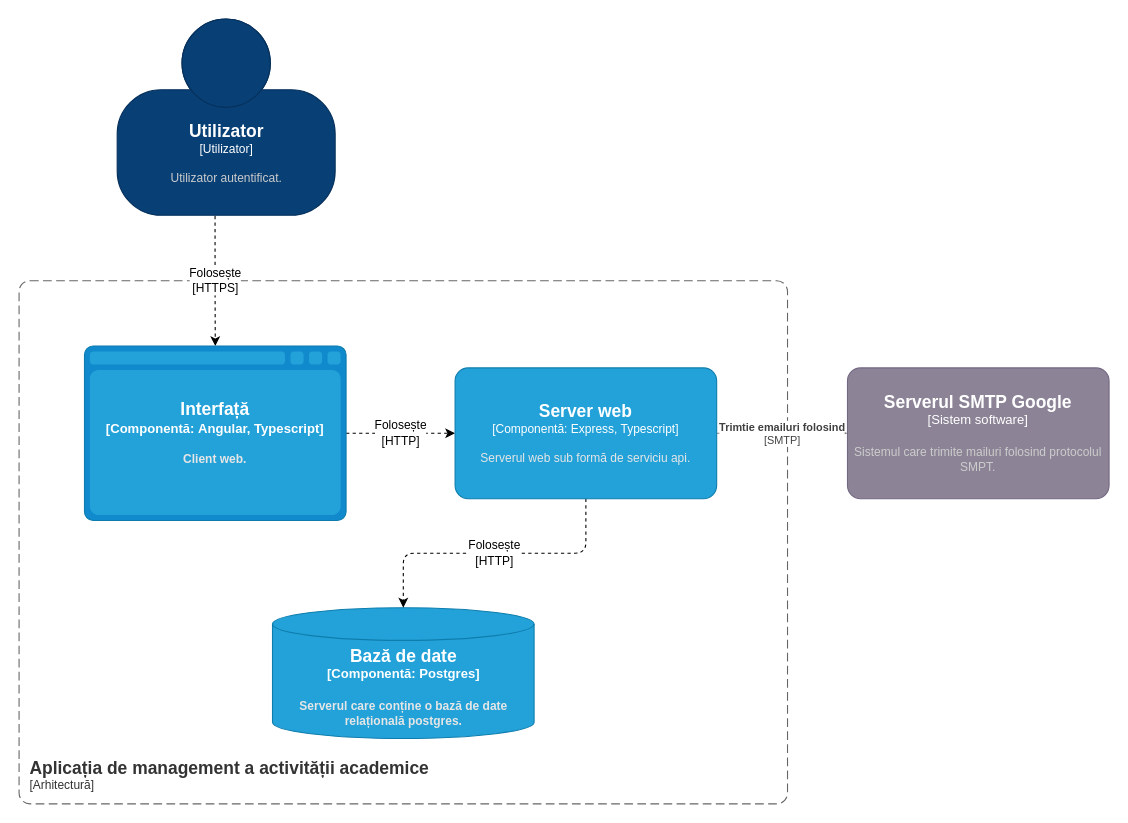
The draw.io diagram page "app level 2" (2 of 4) of files/diagrams.drawio in valentin-stamate/dashboard-activitatie-academica, before the edit. Source tidied: cells renumbered, new cells numbered last; positions are measured from the earlier drawing's top-left corner, leaving out a move shared by most shapes. Both pictures are drawn from the tidied source at 109%, with x=0, y=0 at pixel (19, 19).
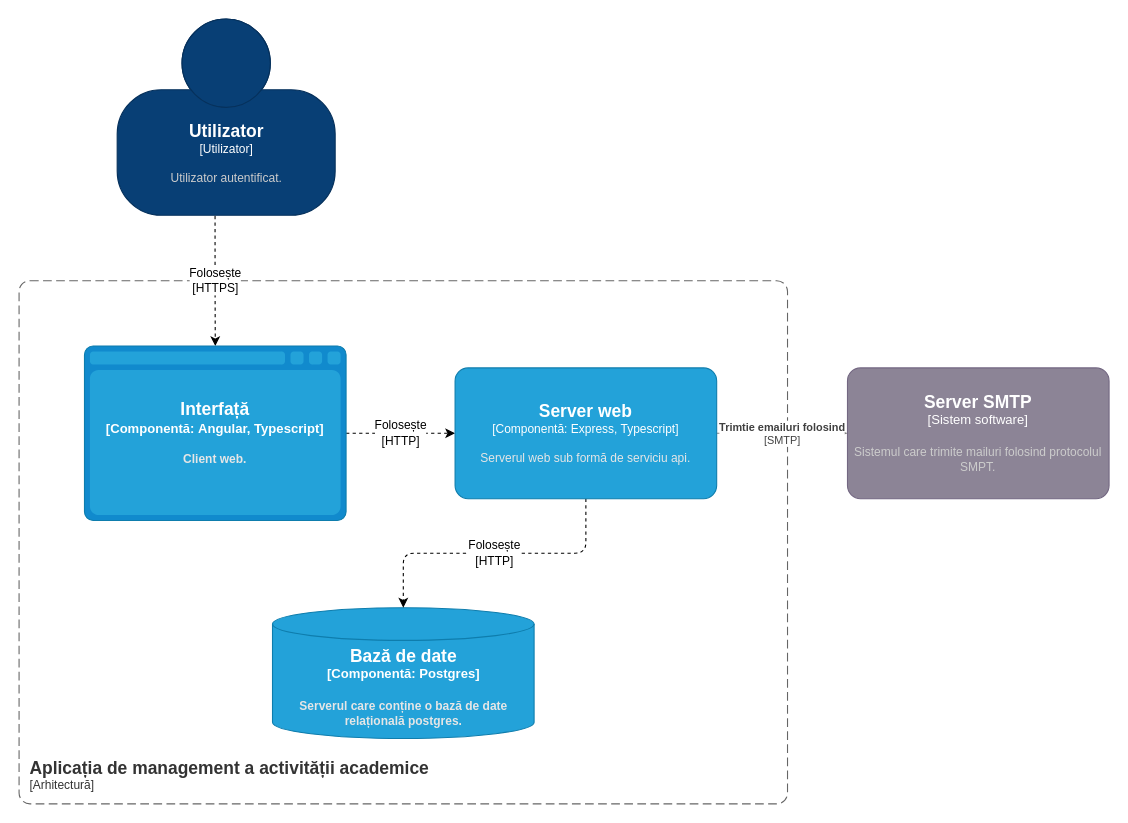
Above is the later version.

The edit, as a diff of the source:
```diff
@@
 <mxGraphModel>
   <root>
     <mxCell id="0" />
     <mxCell id="1" parent="0" />
     <object id="2" label="&lt;font style=&quot;font-size: 16px&quot;&gt;&lt;b&gt;&lt;div style=&quot;text-align: left&quot;&gt;%c4Name%&lt;/div&gt;&lt;/b&gt;&lt;/font&gt;&lt;div style=&quot;text-align: left&quot;&gt;[%c4Application%]&lt;/div&gt;" c4Application="Arhitectură" c4Name="Aplicația de management a activității academice" placeholders="1">
       <mxCell style="rounded=1;fontSize=11;whiteSpace=wrap;html=1;dashed=1;arcSize=20;fillColor=none;strokeColor=#666666;fontColor=#333333;labelBackgroundColor=none;align=left;verticalAlign=bottom;labelBorderColor=none;spacingTop=0;spacing=10;dashPattern=8 4;perimeter=rectanglePerimeter;noLabel=0;labelPadding=0;absoluteArcSize=1;" parent="1" vertex="1">
         <mxGeometry y="240" width="705" height="480" as="geometry" />
       </mxCell>
     </object>
     <mxCell id="3" value="Folosește&lt;br&gt;[HTTPS]" style="edgeStyle=orthogonalEdgeStyle;rounded=1;jettySize=auto;html=1;dashed=1;entryX=0.5;entryY=0;entryDx=0;entryDy=0;entryPerimeter=0;exitX=0.449;exitY=1.003;exitDx=0;exitDy=0;exitPerimeter=0;" parent="1" edge="1" source="11" target="6">
       <mxGeometry relative="1" as="geometry" />
     </mxCell>
     <object id="4" label="&lt;div style=&quot;text-align: left&quot;&gt;&lt;div style=&quot;text-align: center&quot;&gt;&lt;b&gt;%c4Description%&lt;/b&gt;&lt;/div&gt;&lt;div style=&quot;text-align: center&quot;&gt;[%c4Technology%]&lt;/div&gt;&lt;/div&gt;" c4Description="Trimtie emailuri folosind" c4Technology="SMTP" placeholders="1">
       <mxCell style="endArrow=blockThin;html=1;fontSize=10;fontColor=#404040;strokeWidth=1;endFill=1;strokeColor=#828282;elbow=vertical;endSize=14;startSize=14;jumpStyle=arc;jumpSize=16;rounded=0;edgeStyle=orthogonalEdgeStyle;dashed=1;entryX=0;entryY=0.5;entryDx=0;entryDy=0;entryPerimeter=0;exitX=1;exitY=0.5;exitDx=0;exitDy=0;exitPerimeter=0;" parent="1" edge="1" source="9" target="10">
         <mxGeometry relative="1" as="geometry" />
       </mxCell>
     </object>
     <mxCell id="5" value="Folosește&lt;br&gt;[HTTP]" style="edgeStyle=orthogonalEdgeStyle;rounded=1;jettySize=auto;html=1;entryX=0;entryY=0.5;entryDx=0;entryDy=0;entryPerimeter=0;dashed=1;" parent="1" edge="1" source="6" target="9">
       <mxGeometry relative="1" as="geometry" />
     </mxCell>
     <object id="6" label="&lt;font style=&quot;font-size: 16px&quot;&gt;&lt;b&gt;%c4Type%&lt;/font&gt;&lt;div&gt;[%c4Container%:&amp;nbsp;%c4Technology%]&lt;/div&gt;&lt;br&gt;&lt;div&gt;&lt;font style=&quot;font-size: 11px&quot;&gt;&lt;font color=&quot;#E6E6E6&quot;&gt;%c4Description%&lt;/font&gt;&lt;/div&gt;" c4Container="Componentă" c4Description="Client web." c4Technology="Angular, Typescript" c4Type="Interfață" placeholders="1">
       <mxCell style="shape=mxgraph.c4.webBrowserContainer;whiteSpace=wrap;html=1;boundedLbl=1;rounded=0;labelBackgroundColor=none;fillColor=#118ACD;fontSize=12;fontColor=#ffffff;align=center;strokeColor=#0E7DAD;points=[[0.5,0,0],[1,0.25,0],[1,0.5,0],[1,0.75,0],[0.5,1,0],[0,0.75,0],[0,0.5,0],[0,0.25,0]];" parent="1" vertex="1">
         <mxGeometry x="60" y="300" width="240" height="160" as="geometry" />
       </mxCell>
     </object>
     <object id="7" label="&lt;font style=&quot;font-size: 16px&quot;&gt;&lt;b&gt;%c4Type%&lt;/font&gt;&lt;div&gt;[%c4Container%:&amp;nbsp;%c4Technology%]&lt;/div&gt;&lt;br&gt;&lt;div&gt;&lt;font style=&quot;font-size: 11px&quot;&gt;&lt;font color=&quot;#E6E6E6&quot;&gt;%c4Description%&lt;/font&gt;&lt;/div&gt;" c4Container="Componentă" c4Description="Serverul care conține o bază de date relațională postgres." c4Technology="Postgres" c4Type="Bază de date" placeholders="1">
       <mxCell style="shape=cylinder3;size=15;whiteSpace=wrap;html=1;boundedLbl=1;rounded=0;labelBackgroundColor=none;fillColor=#23A2D9;fontSize=12;fontColor=#ffffff;align=center;strokeColor=#0E7DAD;points=[[0.5,0,0],[1,0.25,0],[1,0.5,0],[1,0.75,0],[0.5,1,0],[0,0.75,0],[0,0.5,0],[0,0.25,0]];" parent="1" vertex="1">
         <mxGeometry x="232.5" y="540" width="240" height="120" as="geometry" />
       </mxCell>
     </object>
     <mxCell id="8" value="Folosește&lt;br&gt;[HTTP]" style="edgeStyle=orthogonalEdgeStyle;rounded=1;jettySize=auto;html=1;entryX=0.5;entryY=0;entryDx=0;entryDy=0;entryPerimeter=0;dashed=1;" parent="1" edge="1" source="9" target="7">
       <mxGeometry relative="1" as="geometry" />
     </mxCell>
     <object id="9" label="&lt;font style=&quot;font-size: 16px&quot;&gt;&lt;b&gt;%c4Name%&lt;/b&gt;&lt;/font&gt;&lt;div&gt;[%c4Type%: %c4Technology%]&lt;/div&gt;&lt;br&gt;&lt;div&gt;&lt;font style=&quot;font-size: 11px&quot;&gt;&lt;font color=&quot;#E6E6E6&quot;&gt;%c4Description%&lt;/font&gt;&lt;/div&gt;" c4Description="Serverul web sub formă de serviciu api." c4Name="Server web" c4Technology="Express, Typescript" c4Type="Componentă" placeholders="1">
       <mxCell style="rounded=1;whiteSpace=wrap;html=1;fontSize=11;labelBackgroundColor=none;fillColor=#23A2D9;fontColor=#ffffff;align=center;arcSize=10;strokeColor=#0E7DAD;points=[[0.25,0,0],[0.5,0,0],[0.75,0,0],[1,0.25,0],[1,0.5,0],[1,0.75,0],[0.75,1,0],[0.5,1,0],[0.25,1,0],[0,0.75,0],[0,0.5,0],[0,0.25,0]];" parent="1" vertex="1">
         <mxGeometry x="400" y="320" width="240" height="120" as="geometry" />
       </mxCell>
     </object>
-    <object id="10" label="&lt;font style=&quot;font-size: 16px&quot;&gt;&lt;b&gt;%c4Name%&lt;/b&gt;&lt;/font&gt;&lt;div&gt;[%c4Type%]&lt;/div&gt;&lt;br&gt;&lt;div&gt;&lt;font style=&quot;font-size: 11px&quot;&gt;&lt;font color=&quot;#cccccc&quot;&gt;%c4Description%&lt;/font&gt;&lt;/div&gt;" c4Description="Sistemul care trimite mailuri folosind protocolul SMPT." c4Name="Serverul SMTP Google" c4Type="Sistem software" placeholders="1">
+    <object id="10" label="&lt;font style=&quot;font-size: 16px&quot;&gt;&lt;b&gt;%c4Name%&lt;/b&gt;&lt;/font&gt;&lt;div&gt;[%c4Type%]&lt;/div&gt;&lt;br&gt;&lt;div&gt;&lt;font style=&quot;font-size: 11px&quot;&gt;&lt;font color=&quot;#cccccc&quot;&gt;%c4Description%&lt;/font&gt;&lt;/div&gt;" c4Description="Sistemul care trimite mailuri folosind protocolul SMPT." c4Name="Server SMTP" c4Type="Sistem software" placeholders="1">
       <mxCell style="rounded=1;whiteSpace=wrap;html=1;labelBackgroundColor=none;fillColor=#8C8496;fontColor=#ffffff;align=center;arcSize=10;strokeColor=#736782;points=[[0.25,0,0],[0.5,0,0],[0.75,0,0],[1,0.25,0],[1,0.5,0],[1,0.75,0],[0.75,1,0],[0.5,1,0],[0.25,1,0],[0,0.75,0],[0,0.5,0],[0,0.25,0]];" parent="1" vertex="1">
         <mxGeometry x="760" y="320" width="240" height="120" as="geometry" />
       </mxCell>
     </object>
     <object id="11" label="&lt;font style=&quot;font-size: 16px&quot;&gt;&lt;b&gt;%c4Name%&lt;/b&gt;&lt;/font&gt;&lt;div&gt;[%c4Type%]&lt;/div&gt;&lt;br&gt;&lt;div&gt;&lt;font style=&quot;font-size: 11px&quot;&gt;&lt;font color=&quot;#cccccc&quot;&gt;%c4Description%&lt;/font&gt;&lt;/div&gt;" c4Description="Utilizator autentificat." c4Name="Utilizator" c4Type="Utilizator" placeholders="1">
       <mxCell style="html=1;fontSize=11;dashed=0;whitespace=wrap;fillColor=#083F75;strokeColor=#06315C;fontColor=#ffffff;shape=mxgraph.c4.person2;align=center;points=[[0.5,0,0],[1,0.5,0],[1,0.75,0],[0.75,1,0],[0.5,1,0],[0.25,1,0],[0,0.75,0],[0,0.5,0]];" parent="1" vertex="1">
         <mxGeometry x="90" width="200" height="180" as="geometry" />
       </mxCell>
     </object>
   </root>
 </mxGraphModel>
```
